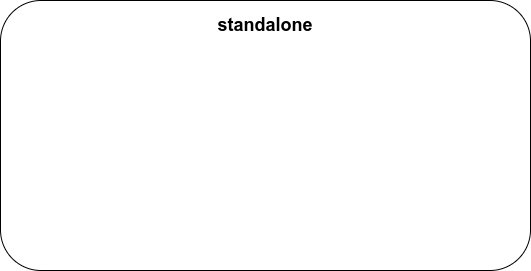
Above: presentation/slides/images/standalone/standalone.png in fallainmat/atelier_angular (draw.io), before the change. Source tidied: cells renumbered, new cells last; positions are measured from the earlier drawing's top-left corner, leaving out a move shared by most shapes.
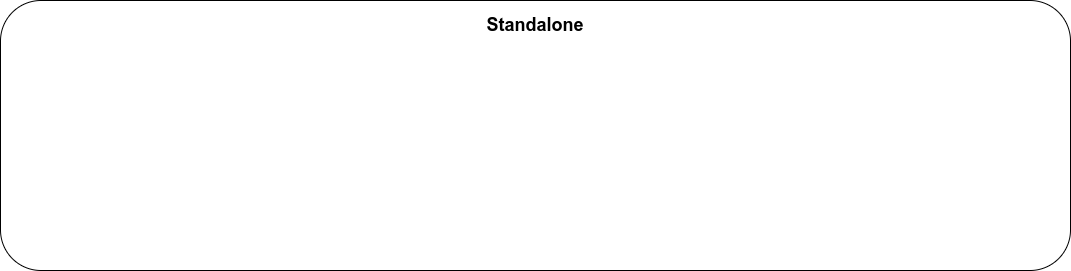
After the change.

Change to the diagram source:
```diff
@@ -2,8 +2,8 @@
   <root>
     <mxCell id="0" />
     <mxCell id="1" parent="0" />
-    <mxCell id="2" value="&lt;span style=&quot;font-size: 18px;&quot;&gt;&lt;b&gt;standalone&lt;/b&gt;&lt;/span&gt;" style="rounded=1;whiteSpace=wrap;html=1;spacingBottom=220;" parent="1" vertex="1">
-      <mxGeometry width="530" height="270" as="geometry" />
-    </mxCell>
+    <mxCell id="3" value="&lt;span style=&quot;font-size: 18px;&quot;&gt;&lt;b&gt;Standalone&lt;/b&gt;&lt;/span&gt;" style="rounded=1;whiteSpace=wrap;html=1;spacingBottom=220;" parent="1" vertex="1">
+      <mxGeometry x="250" y="60" width="1070" height="270" as="geometry" />
+    </mxCell>
   </root>
 </mxGraphModel>
```
